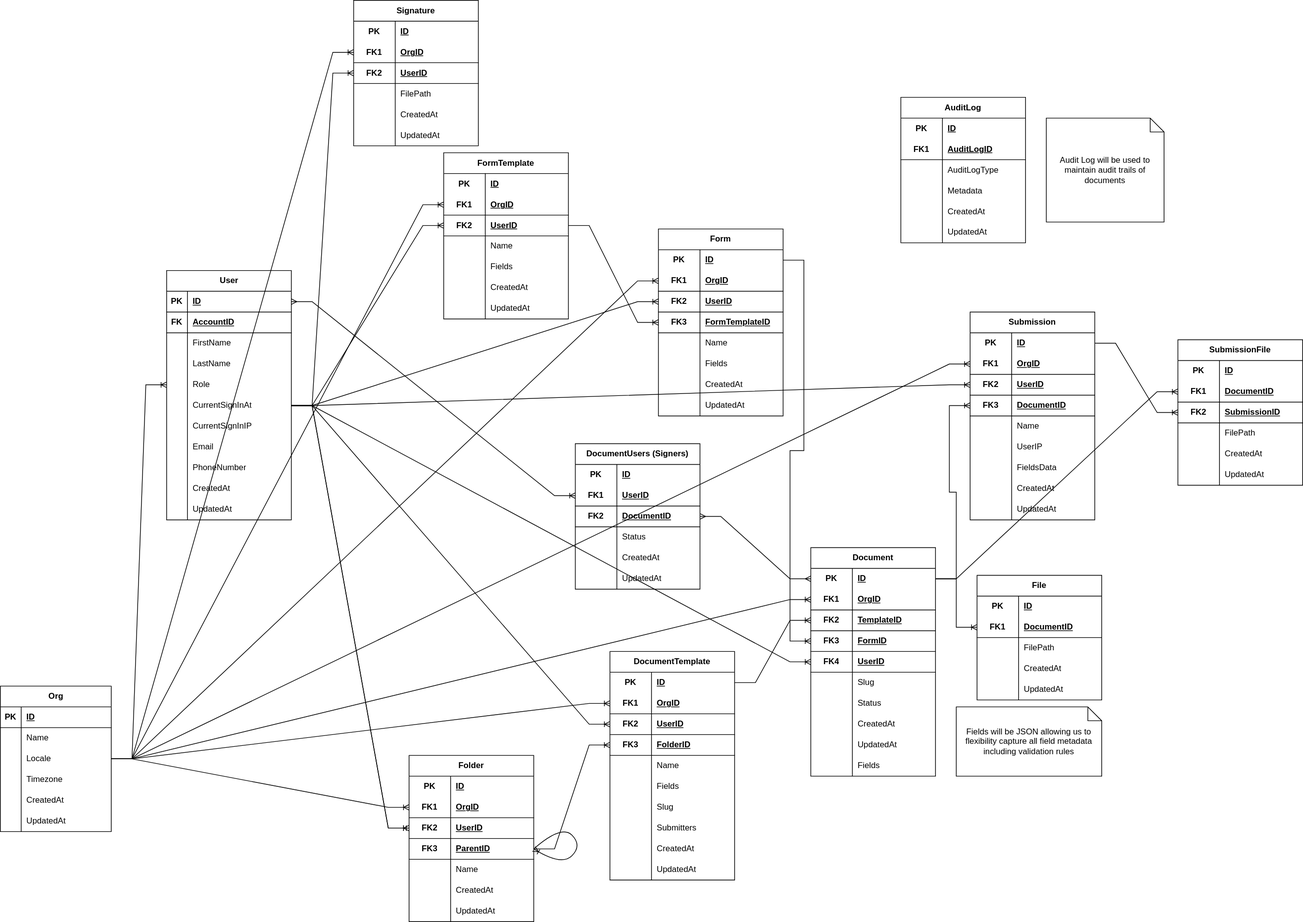
Before: ERD.svg, a diagram exported from draw.io (tarkalabs/plexxis_zoho_sign). Source tidied: cells renumbered, new cells last; positions are measured from the earlier drawing's top-left corner, leaving out a move shared by most shapes.
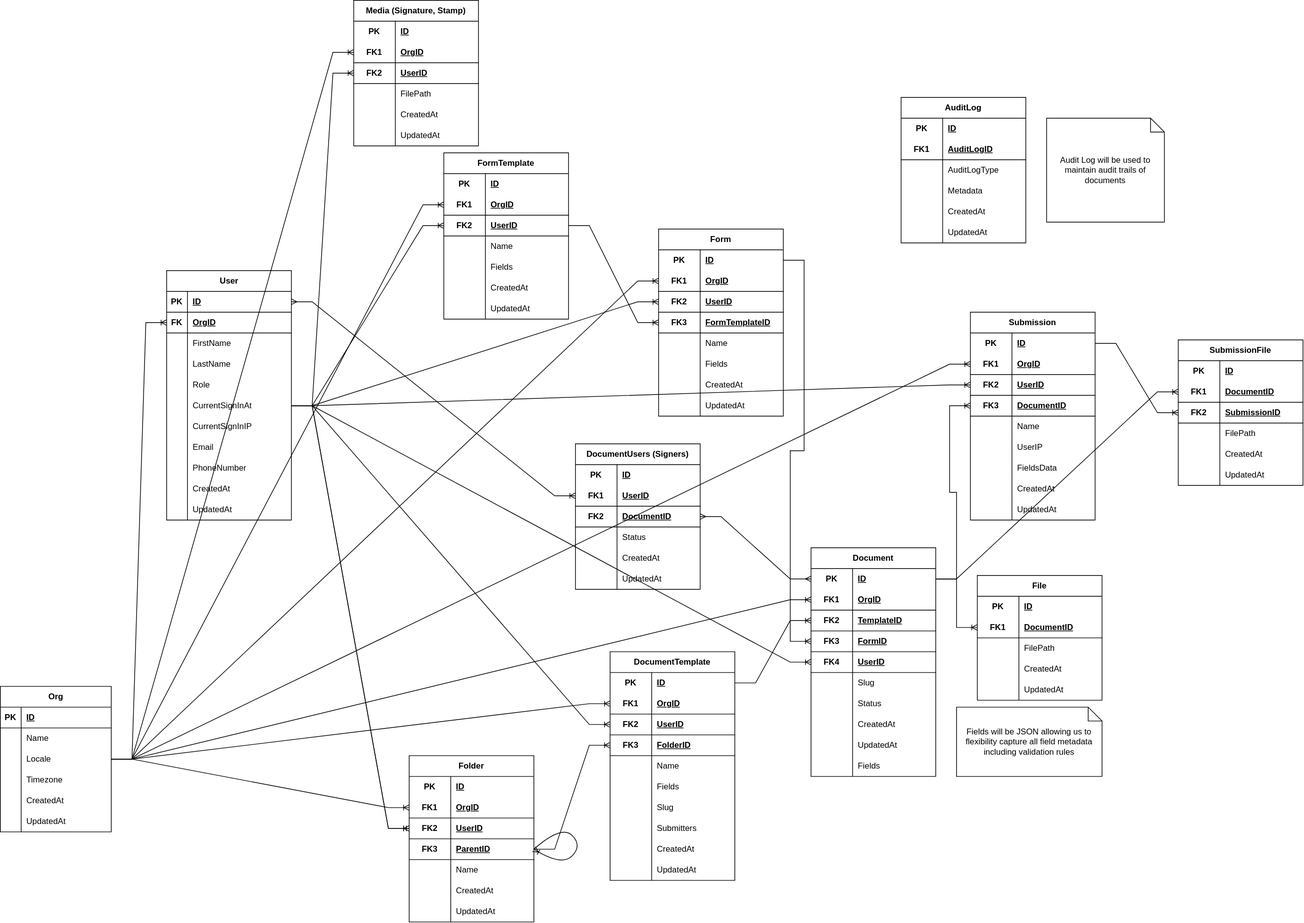
Later version of the same file.

What changed in the source:
```diff
@@ -20,7 +20,7 @@
     <mxCell id="7" value="FK" style="shape=partialRectangle;fillColor=none;top=0;left=0;bottom=0;right=0;fontStyle=1;overflow=hidden;whiteSpace=wrap;html=1;" parent="6" vertex="1">
       <mxGeometry width="30" height="30" as="geometry" />
     </mxCell>
-    <mxCell id="8" value="AccountID" style="shape=partialRectangle;fillColor=none;top=0;left=0;bottom=0;right=0;align=left;spacingLeft=6;fontStyle=5;overflow=hidden;whiteSpace=wrap;html=1;" parent="6" vertex="1">
+    <mxCell id="8" value="OrgID" style="shape=partialRectangle;fillColor=none;top=0;left=0;bottom=0;right=0;align=left;spacingLeft=6;fontStyle=5;overflow=hidden;whiteSpace=wrap;html=1;" parent="6" vertex="1">
       <mxGeometry x="30" width="150" height="30" as="geometry" />
     </mxCell>
     <mxCell id="9" style="shape=tableRow;horizontal=0;startSize=0;swimlaneHead=0;swimlaneBody=0;fillColor=none;top=0;left=0;right=0;bottom=0;" parent="2" vertex="1">
@@ -161,7 +161,7 @@
     <mxCell id="54" value="UpdatedAt" style="shape=partialRectangle;fillColor=none;top=0;left=0;bottom=0;right=0;align=left;spacingLeft=6;overflow=hidden;whiteSpace=wrap;html=1;" parent="52" vertex="1">
       <mxGeometry x="30" width="130" height="30" as="geometry" />
     </mxCell>
-    <mxCell id="55" style="edgeStyle=entityRelationEdgeStyle;fontSize=12;html=1;endArrow=ERoneToMany;rounded=0;exitX=1;exitY=0.5;exitDx=0;exitDy=0;entryX=0;entryY=0.5;entryDx=0;entryDy=0;" parent="1" edge="1" source="43" target="15">
+    <mxCell id="55" style="edgeStyle=entityRelationEdgeStyle;fontSize=12;html=1;endArrow=ERoneToMany;rounded=0;exitX=1;exitY=0.5;exitDx=0;exitDy=0;entryX=0;entryY=0.5;entryDx=0;entryDy=0;" parent="1" edge="1" source="43" target="6">
       <mxGeometry relative="1" as="geometry" />
     </mxCell>
     <mxCell id="56" value="Folder" style="shape=table;startSize=30;rowLines=0;fontStyle=1;align=center;html=1;whiteSpace=wrap;" parent="1" vertex="1">
@@ -932,7 +932,7 @@
     <mxCell id="307" value="UpdatedAt" style="shape=partialRectangle;fillColor=none;top=0;left=0;bottom=0;right=0;align=left;spacingLeft=6;overflow=hidden;html=1;whiteSpace=wrap;" parent="305" vertex="1">
       <mxGeometry x="60" width="120" height="30" as="geometry" />
     </mxCell>
-    <mxCell id="308" value="Signature" style="shape=table;startSize=30;rowLines=0;fontStyle=1;align=center;html=1;whiteSpace=wrap;" parent="1" vertex="1">
+    <mxCell id="308" value="Media (Signature, Stamp)" style="shape=table;startSize=30;rowLines=0;fontStyle=1;align=center;html=1;whiteSpace=wrap;" parent="1" vertex="1">
       <mxGeometry x="510" width="180" height="210" as="geometry" />
     </mxCell>
     <mxCell id="309" style="shape=tableRow;horizontal=0;startSize=0;swimlaneHead=0;swimlaneBody=0;fillColor=none;top=0;left=0;right=0;bottom=0;html=1;" parent="308" vertex="1">
```
